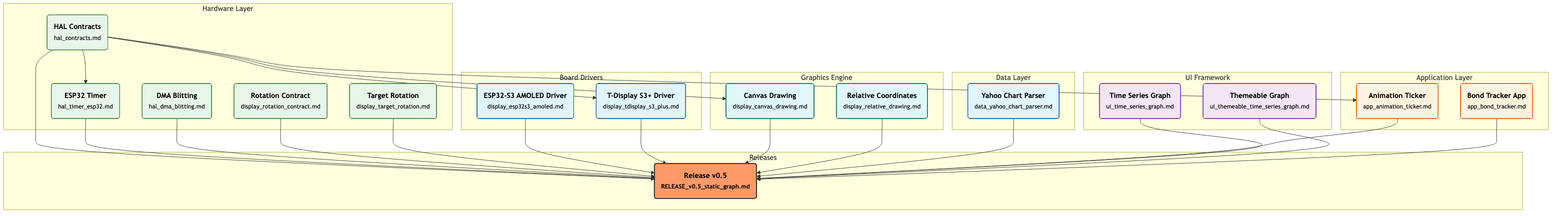
Earlier version of the Mermaid export feature_graph.png (rlabarca/LPad). Its source is kept beside it as feature_graph.mmd.
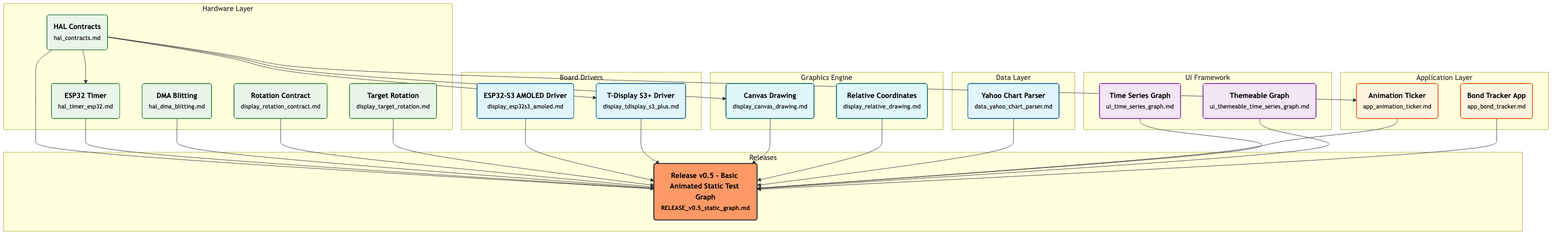
The same diagram one commit later.

Commit message:
refactor(release): update v0.5 label and trigger recursive validation

What changed in the source:
```diff
@@ -40,7 +40,7 @@
 
     subgraph Releases ["Releases"]
         direction TB
-        RELEASE_v0_5_static_graph("**Release v0.5**<br/><small>RELEASE_v0.5_static_graph.md</small>"):::release
+        RELEASE_v0_5_static_graph("**Release v0.5 - Basic Animated Static Test Graph**<br/><small>RELEASE_v0.5_static_graph.md</small>"):::release
     end
 
     subgraph UI_Framework ["UI Framework"]
```
